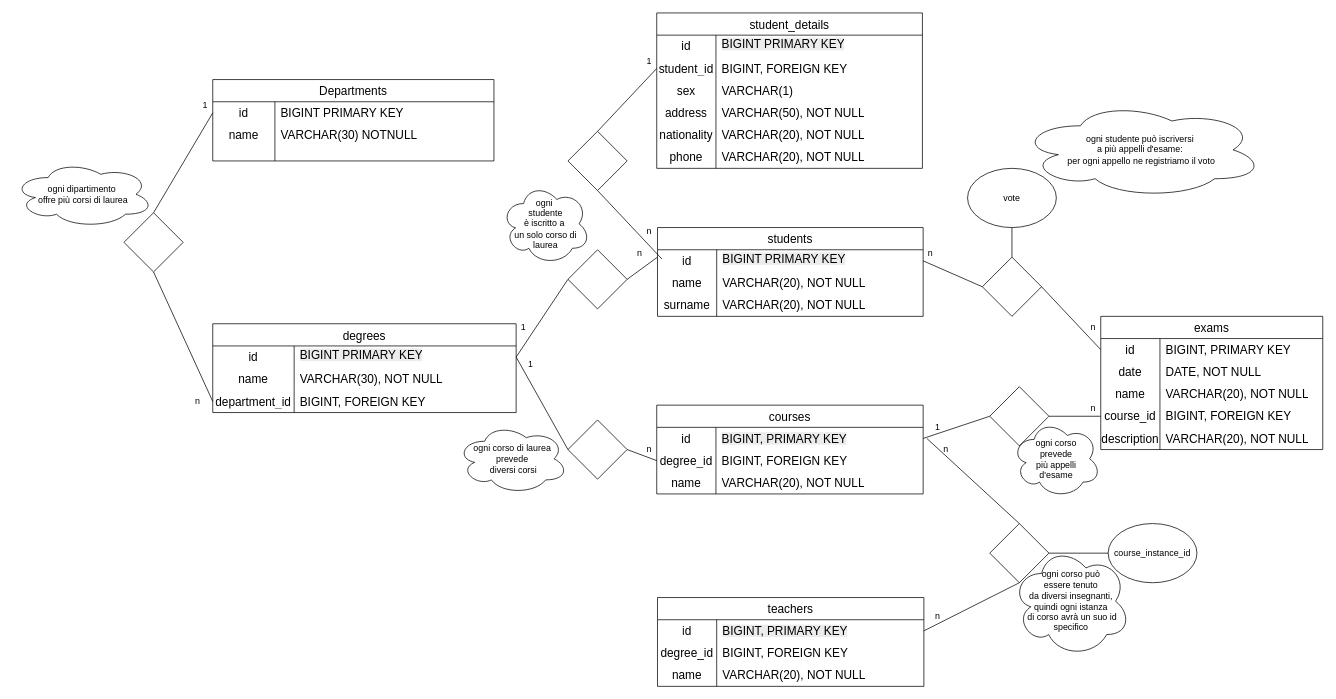
Before: Diagramma senza titolo.drawio in DamianoMura/db-university, a draw.io diagram. Source tidied: cells renumbered, new cells numbered last; positions are measured from the earlier drawing's top-left corner, leaving out a move shared by most shapes. Both pictures are drawn from the tidied source at 74%, with x=0, y=0 at pixel (13, 13).
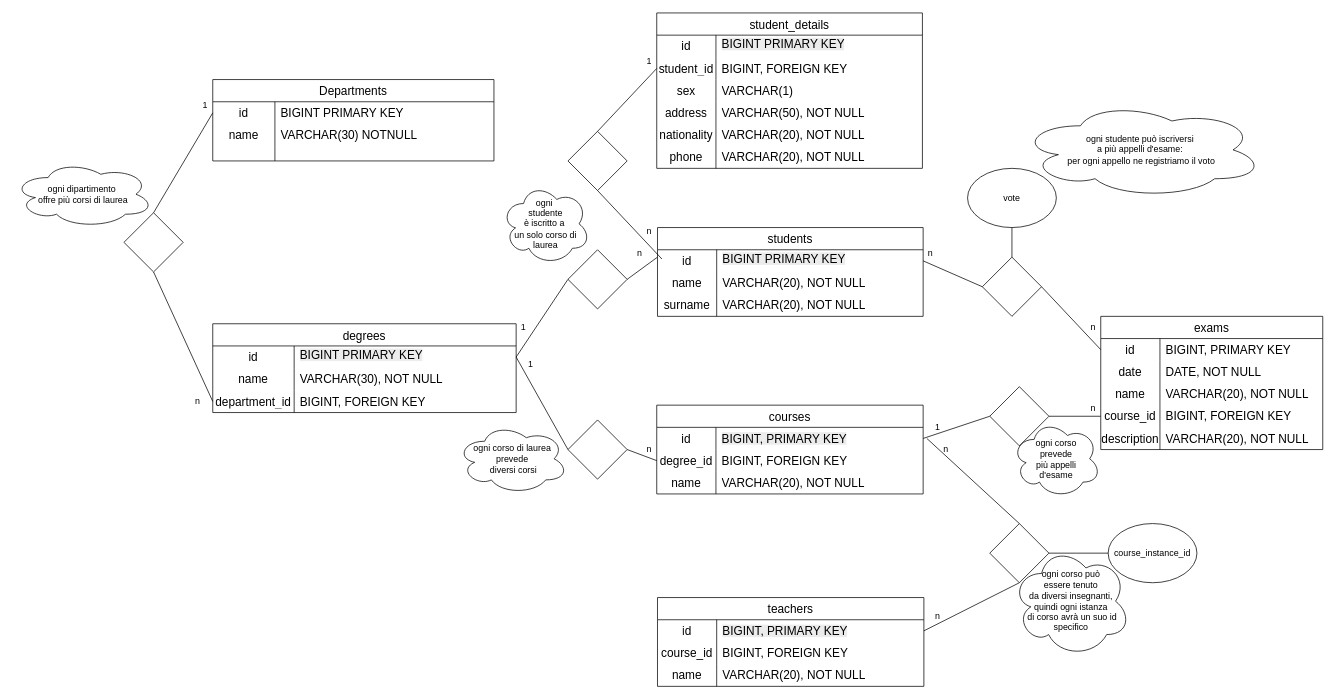
Above is the later version.

Commit message:
[fix] FOREIGN KEY in teachers

The change refers to these unchanged cells:
```xml
<mxCell id="94" style="shape=tableRow;horizontal=0;startSize=0;swimlaneHead=0;swimlaneBody=0;top=0;left=0;bottom=0;right=0;fillColor=none;strokeColor=inherit;fontSize=16;" parent="90" vertex="1">
  <mxGeometry y="60" width="360" height="30" as="geometry" />
</mxCell>
```

Change to the diagram source:
```diff
@@
-    <mxCell id="95" value="degree_id" style="shape=partialRectangle;html=1;whiteSpace=wrap;fillColor=none;top=0;left=0;bottom=0;right=0;overflow=hidden;strokeColor=inherit;fontSize=16;" parent="94" vertex="1">
+    <mxCell id="95" value="course_id" style="shape=partialRectangle;html=1;whiteSpace=wrap;fillColor=none;top=0;left=0;bottom=0;right=0;overflow=hidden;strokeColor=inherit;fontSize=16;" parent="94" vertex="1">
       <mxGeometry width="80" height="30" as="geometry" />
     </mxCell>
```
